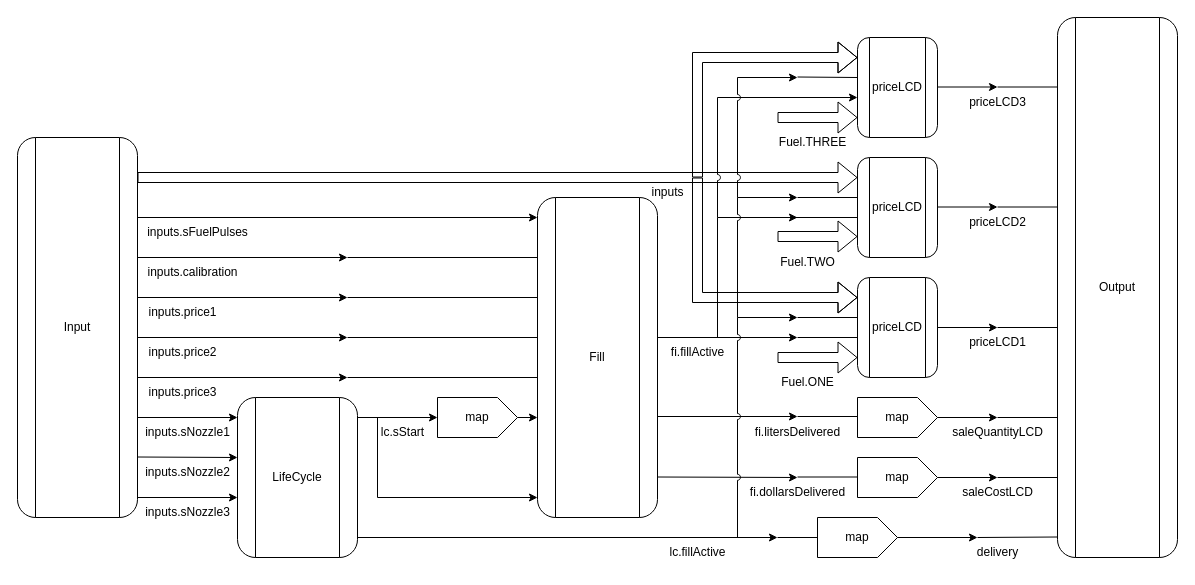
Above: page "ShowDollarsPump" (1 of 2) of ShowDollarsPump.drawio in suzuki-taro-29/FRP-chap4-diagrams (draw.io), before the change. Source tidied: cells renumbered, new cells numbered last; positions are measured from the earlier drawing's top-left corner, leaving out a move shared by most shapes. Both pictures are drawn from the tidied source at 100%, with x=0, y=0 at pixel (17, 17).
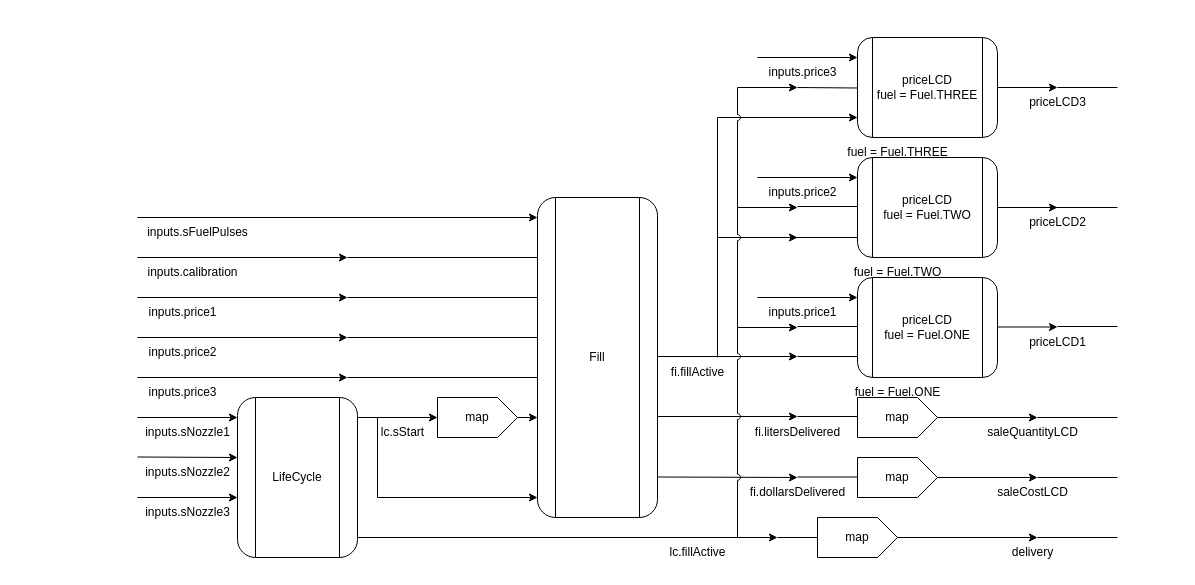
The same diagram, later.

Commit message (it also covers changes not shown here):
fix: remove Input and Output from diagram

Change to the diagram source:
```diff
@@
-    <mxCell id="2" style="shape=flexArrow;endArrow=classic;html=1;" parent="1" edge="1">
-      <mxGeometry relative="1" as="geometry">
-        <mxPoint x="120" y="160" as="sourcePoint" />
-        <mxPoint x="840" y="160" as="targetPoint" />
-      </mxGeometry>
-    </mxCell>
+    <mxCell id="5" style="endArrow=classic;html=1;rounded=0;jumpStyle=arc;" parent="1" edge="1">
+      <mxGeometry relative="1" as="geometry">
+        <mxPoint x="640" y="339" as="sourcePoint" />
+        <mxPoint x="780" y="339" as="targetPoint" />
+      </mxGeometry>
+    </mxCell>
     <mxCell id="3" style="endArrow=classic;html=1;rounded=0;jumpStyle=arc;" parent="1" edge="1">
       <mxGeometry relative="1" as="geometry">
-        <mxPoint x="700" y="200" as="sourcePoint" />
-        <mxPoint x="840" y="80" as="targetPoint" />
+        <mxPoint x="700" y="220" as="sourcePoint" />
+        <mxPoint x="840" y="100" as="targetPoint" />
         <Array as="points">
-          <mxPoint x="700" y="80" />
+          <mxPoint x="700" y="100" />
         </Array>
       </mxGeometry>
     </mxCell>
     <mxCell id="4" style="endArrow=classic;html=1;rounded=0;jumpStyle=arc;" parent="1" edge="1">
       <mxGeometry relative="1" as="geometry">
-        <mxPoint x="700" y="320" as="sourcePoint" />
-        <mxPoint x="780" y="200" as="targetPoint" />
+        <mxPoint x="700" y="340" as="sourcePoint" />
+        <mxPoint x="780" y="220" as="targetPoint" />
         <Array as="points">
-          <mxPoint x="700" y="200" />
+          <mxPoint x="700" y="220" />
         </Array>
       </mxGeometry>
     </mxCell>
-    <mxCell id="5" style="endArrow=classic;html=1;rounded=0;jumpStyle=arc;" parent="1" edge="1">
-      <mxGeometry relative="1" as="geometry">
-        <mxPoint x="640" y="320" as="sourcePoint" />
-        <mxPoint x="780" y="320" as="targetPoint" />
-      </mxGeometry>
-    </mxCell>
-    <mxCell id="6" value="Input" style="shape=process;whiteSpace=wrap;html=1;backgroundOutline=1;rounded=1;" parent="1" vertex="1">
-      <mxGeometry y="120" width="120" height="380" as="geometry" />
-    </mxCell>
-    <mxCell id="7" value="Output" style="shape=process;whiteSpace=wrap;html=1;backgroundOutline=1;rounded=1;" parent="1" vertex="1">
-      <mxGeometry x="1040" width="120" height="540" as="geometry" />
-    </mxCell>
@@
     <mxCell id="38" style="endArrow=classic;html=1;rounded=0;" parent="1" edge="1">
       <mxGeometry relative="1" as="geometry">
         <mxPoint x="880" y="520" as="sourcePoint" />
-        <mxPoint x="960" y="520" as="targetPoint" />
+        <mxPoint x="1020" y="520" as="targetPoint" />
       </mxGeometry>
     </mxCell>
     <mxCell id="39" style="endArrow=none;html=1;rounded=0;" parent="1" edge="1">
       <mxGeometry relative="1" as="geometry">
-        <mxPoint x="960" y="520" as="sourcePoint" />
-        <mxPoint x="1040" y="519.5" as="targetPoint" />
+        <mxPoint x="1020" y="520" as="sourcePoint" />
+        <mxPoint x="1100" y="520" as="targetPoint" />
       </mxGeometry>
     </mxCell>
     <mxCell id="40" value="delivery" style="text;html=1;align=center;verticalAlign=middle;strokeColor=none;fillColor=none;" parent="1" vertex="1">
-      <mxGeometry x="950" y="520" width="60" height="30" as="geometry" />
+      <mxGeometry x="985" y="520" width="60" height="30" as="geometry" />
     </mxCell>
@@
-    <mxCell id="49" value="priceLCD" style="shape=process;whiteSpace=wrap;html=1;backgroundOutline=1;rounded=1;" parent="1" vertex="1">
-      <mxGeometry x="840" y="260" width="80" height="100" as="geometry" />
+    <mxCell id="49" value="priceLCD&lt;br&gt;fuel = Fuel.ONE" style="shape=process;whiteSpace=wrap;html=1;backgroundOutline=1;rounded=1;" parent="1" vertex="1">
+      <mxGeometry x="840" y="260" width="140" height="100" as="geometry" />
     </mxCell>
     <mxCell id="50" style="endArrow=none;html=1;rounded=0;jumpStyle=arc;" parent="1" edge="1">
       <mxGeometry relative="1" as="geometry">
-        <mxPoint x="780" y="320" as="sourcePoint" />
-        <mxPoint x="840" y="320" as="targetPoint" />
+        <mxPoint x="780" y="339" as="sourcePoint" />
+        <mxPoint x="840" y="339" as="targetPoint" />
       </mxGeometry>
     </mxCell>
     <mxCell id="51" value="fi.fillActive" style="text;html=1;align=center;verticalAlign=middle;strokeColor=none;fillColor=none;" parent="1" vertex="1">
-      <mxGeometry x="640" y="320" width="80" height="30" as="geometry" />
+      <mxGeometry x="640" y="340" width="80" height="30" as="geometry" />
     </mxCell>
-    <mxCell id="52" value="Fuel.ONE" style="text;html=1;align=center;verticalAlign=middle;strokeColor=none;fillColor=none;" parent="1" vertex="1">
-      <mxGeometry x="750" y="350" width="80" height="30" as="geometry" />
-    </mxCell>
-    <mxCell id="53" value="priceLCD" style="shape=process;whiteSpace=wrap;html=1;backgroundOutline=1;rounded=1;" parent="1" vertex="1">
-      <mxGeometry x="840" y="140" width="80" height="100" as="geometry" />
+    <mxCell id="53" value="priceLCD&lt;br&gt;fuel = Fuel.TWO" style="shape=process;whiteSpace=wrap;html=1;backgroundOutline=1;rounded=1;" parent="1" vertex="1">
+      <mxGeometry x="840" y="140" width="140" height="100" as="geometry" />
     </mxCell>
-    <mxCell id="54" value="priceLCD" style="shape=process;whiteSpace=wrap;html=1;backgroundOutline=1;rounded=1;" parent="1" vertex="1">
-      <mxGeometry x="840" y="20" width="80" height="100" as="geometry" />
+    <mxCell id="54" value="priceLCD&lt;br&gt;fuel = Fuel.THREE" style="shape=process;whiteSpace=wrap;html=1;backgroundOutline=1;rounded=1;" parent="1" vertex="1">
+      <mxGeometry x="840" y="20" width="140" height="100" as="geometry" />
     </mxCell>
@@
-    <mxCell id="56" value="Fuel.TWO" style="text;html=1;align=center;verticalAlign=middle;strokeColor=none;fillColor=none;" parent="1" vertex="1">
-      <mxGeometry x="750" y="230" width="80" height="30" as="geometry" />
-    </mxCell>
     <mxCell id="57" style="endArrow=classic;html=1;rounded=0;jumpStyle=arc;" parent="1" edge="1">
       <mxGeometry relative="1" as="geometry">
         <mxPoint x="720" y="520" as="sourcePoint" />
-        <mxPoint x="780" y="300" as="targetPoint" />
+        <mxPoint x="780" y="310" as="targetPoint" />
         <Array as="points">
-          <mxPoint x="720" y="300" />
+          <mxPoint x="720" y="310" />
         </Array>
       </mxGeometry>
     </mxCell>
     <mxCell id="58" style="endArrow=none;html=1;rounded=0;jumpStyle=arc;" parent="1" edge="1">
       <mxGeometry relative="1" as="geometry">
-        <mxPoint x="780" y="300" as="sourcePoint" />
-        <mxPoint x="840" y="300" as="targetPoint" />
+        <mxPoint x="780" y="309" as="sourcePoint" />
+        <mxPoint x="840" y="309" as="targetPoint" />
       </mxGeometry>
     </mxCell>
     <mxCell id="59" style="endArrow=classic;html=1;rounded=0;jumpStyle=arc;" parent="1" edge="1">
       <mxGeometry relative="1" as="geometry">
-        <mxPoint x="720" y="300" as="sourcePoint" />
-        <mxPoint x="780" y="180" as="targetPoint" />
+        <mxPoint x="720" y="310" as="sourcePoint" />
+        <mxPoint x="780" y="190" as="targetPoint" />
         <Array as="points">
-          <mxPoint x="720" y="180" />
+          <mxPoint x="720" y="190" />
         </Array>
       </mxGeometry>
     </mxCell>
     <mxCell id="60" style="endArrow=none;html=1;rounded=0;jumpStyle=arc;" parent="1" edge="1">
       <mxGeometry relative="1" as="geometry">
-        <mxPoint x="775" y="200" as="sourcePoint" />
-        <mxPoint x="840" y="200" as="targetPoint" />
+        <mxPoint x="775" y="220" as="sourcePoint" />
+        <mxPoint x="840" y="220" as="targetPoint" />
       </mxGeometry>
     </mxCell>
     <mxCell id="61" style="endArrow=classic;html=1;rounded=0;jumpStyle=arc;" parent="1" edge="1">
       <mxGeometry relative="1" as="geometry">
-        <mxPoint x="720" y="180" as="sourcePoint" />
-        <mxPoint x="780" y="60" as="targetPoint" />
+        <mxPoint x="720" y="190" as="sourcePoint" />
+        <mxPoint x="780" y="70" as="targetPoint" />
         <Array as="points">
-          <mxPoint x="720" y="60" />
+          <mxPoint x="720" y="70" />
         </Array>
       </mxGeometry>
     </mxCell>
     <mxCell id="62" style="endArrow=none;html=1;rounded=0;jumpStyle=arc;" parent="1" edge="1">
       <mxGeometry relative="1" as="geometry">
-        <mxPoint x="780" y="59.5" as="sourcePoint" />
-        <mxPoint x="840" y="60" as="targetPoint" />
+        <mxPoint x="780" y="70" as="sourcePoint" />
+        <mxPoint x="840" y="70.5" as="targetPoint" />
       </mxGeometry>
     </mxCell>
-    <mxCell id="63" value="Fuel.THREE" style="text;html=1;align=center;verticalAlign=middle;strokeColor=none;fillColor=none;" parent="1" vertex="1">
-      <mxGeometry x="750" y="110" width="90" height="30" as="geometry" />
-    </mxCell>
     <mxCell id="64" style="endArrow=classic;html=1;rounded=0;jumpStyle=arc;" parent="1" edge="1">
       <mxGeometry relative="1" as="geometry">
         <mxPoint x="920" y="460" as="sourcePoint" />
-        <mxPoint x="980" y="460" as="targetPoint" />
+        <mxPoint x="1020" y="460" as="targetPoint" />
       </mxGeometry>
     </mxCell>
     <mxCell id="65" style="endArrow=classic;html=1;rounded=0;jumpStyle=arc;" parent="1" edge="1">
       <mxGeometry relative="1" as="geometry">
         <mxPoint x="920" y="400" as="sourcePoint" />
-        <mxPoint x="980" y="400" as="targetPoint" />
+        <mxPoint x="1020" y="400" as="targetPoint" />
       </mxGeometry>
     </mxCell>
     <mxCell id="66" style="endArrow=none;html=1;rounded=0;jumpStyle=arc;" parent="1" edge="1">
       <mxGeometry relative="1" as="geometry">
-        <mxPoint x="980" y="400" as="sourcePoint" />
-        <mxPoint x="1040" y="400" as="targetPoint" />
+        <mxPoint x="1020" y="400" as="sourcePoint" />
+        <mxPoint x="1100" y="400" as="targetPoint" />
       </mxGeometry>
     </mxCell>
     <mxCell id="67" style="endArrow=none;html=1;rounded=0;jumpStyle=arc;" parent="1" edge="1">
       <mxGeometry relative="1" as="geometry">
-        <mxPoint x="980" y="460" as="sourcePoint" />
-        <mxPoint x="1040" y="460" as="targetPoint" />
+        <mxPoint x="1020" y="460" as="sourcePoint" />
+        <mxPoint x="1100" y="460" as="targetPoint" />
       </mxGeometry>
     </mxCell>
     <mxCell id="68" value="saleCostLCD" style="text;html=1;align=center;verticalAlign=middle;strokeColor=none;fillColor=none;" parent="1" vertex="1">
-      <mxGeometry x="935" y="460" width="90" height="30" as="geometry" />
+      <mxGeometry x="970" y="460" width="90" height="30" as="geometry" />
     </mxCell>
     <mxCell id="69" value="saleQuantityLCD" style="text;html=1;align=center;verticalAlign=middle;strokeColor=none;fillColor=none;" parent="1" vertex="1">
-      <mxGeometry x="925" y="400" width="110" height="30" as="geometry" />
+      <mxGeometry x="960" y="400" width="110" height="30" as="geometry" />
     </mxCell>
     <mxCell id="70" style="endArrow=classic;html=1;rounded=0;jumpStyle=arc;" parent="1" edge="1">
       <mxGeometry relative="1" as="geometry">
-        <mxPoint x="920" y="310" as="sourcePoint" />
-        <mxPoint x="980" y="310" as="targetPoint" />
+        <mxPoint x="980" y="309.5" as="sourcePoint" />
+        <mxPoint x="1040" y="309.5" as="targetPoint" />
       </mxGeometry>
     </mxCell>
     <mxCell id="71" style="endArrow=none;html=1;rounded=0;jumpStyle=arc;" parent="1" edge="1">
       <mxGeometry relative="1" as="geometry">
-        <mxPoint x="980" y="310" as="sourcePoint" />
-        <mxPoint x="1040" y="310" as="targetPoint" />
+        <mxPoint x="1040" y="309" as="sourcePoint" />
+        <mxPoint x="1100" y="309" as="targetPoint" />
       </mxGeometry>
     </mxCell>
     <mxCell id="72" style="endArrow=classic;html=1;rounded=0;jumpStyle=arc;" parent="1" edge="1">
       <mxGeometry relative="1" as="geometry">
-        <mxPoint x="920" y="189.5" as="sourcePoint" />
-        <mxPoint x="980" y="189.5" as="targetPoint" />
+        <mxPoint x="980" y="190" as="sourcePoint" />
+        <mxPoint x="1040" y="190" as="targetPoint" />
       </mxGeometry>
     </mxCell>
     <mxCell id="73" style="endArrow=none;html=1;rounded=0;jumpStyle=arc;" parent="1" edge="1">
       <mxGeometry relative="1" as="geometry">
-        <mxPoint x="980" y="189.5" as="sourcePoint" />
-        <mxPoint x="1040" y="189.5" as="targetPoint" />
+        <mxPoint x="1035" y="190" as="sourcePoint" />
+        <mxPoint x="1100" y="190" as="targetPoint" />
       </mxGeometry>
     </mxCell>
     <mxCell id="74" style="endArrow=classic;html=1;rounded=0;jumpStyle=arc;" parent="1" edge="1">
       <mxGeometry relative="1" as="geometry">
-        <mxPoint x="920" y="69.5" as="sourcePoint" />
-        <mxPoint x="980" y="69.5" as="targetPoint" />
+        <mxPoint x="980" y="70" as="sourcePoint" />
+        <mxPoint x="1040" y="70" as="targetPoint" />
       </mxGeometry>
     </mxCell>
     <mxCell id="75" style="endArrow=none;html=1;rounded=0;jumpStyle=arc;" parent="1" edge="1">
       <mxGeometry relative="1" as="geometry">
-        <mxPoint x="980" y="69.5" as="sourcePoint" />
-        <mxPoint x="1040" y="69.5" as="targetPoint" />
+        <mxPoint x="1040" y="70" as="sourcePoint" />
+        <mxPoint x="1100" y="70" as="targetPoint" />
       </mxGeometry>
     </mxCell>
     <mxCell id="76" value="priceLCD1" style="text;html=1;align=center;verticalAlign=middle;strokeColor=none;fillColor=none;" parent="1" vertex="1">
-      <mxGeometry x="940" y="310" width="80" height="30" as="geometry" />
+      <mxGeometry x="1000" y="310" width="80" height="30" as="geometry" />
     </mxCell>
     <mxCell id="77" value="priceLCD2" style="text;html=1;align=center;verticalAlign=middle;strokeColor=none;fillColor=none;" parent="1" vertex="1">
-      <mxGeometry x="940" y="190" width="80" height="30" as="geometry" />
+      <mxGeometry x="1000" y="190" width="80" height="30" as="geometry" />
     </mxCell>
     <mxCell id="78" value="priceLCD3" style="text;html=1;align=center;verticalAlign=middle;strokeColor=none;fillColor=none;" parent="1" vertex="1">
-      <mxGeometry x="940" y="70" width="80" height="30" as="geometry" />
+      <mxGeometry x="1000" y="70" width="80" height="30" as="geometry" />
     </mxCell>
     <mxCell id="79" style="endArrow=none;html=1;rounded=0;jumpStyle=arc;" parent="1" edge="1">
       <mxGeometry relative="1" as="geometry">
-        <mxPoint x="780" y="180" as="sourcePoint" />
-        <mxPoint x="840" y="180" as="targetPoint" />
+        <mxPoint x="780" y="189" as="sourcePoint" />
+        <mxPoint x="840" y="189" as="targetPoint" />
       </mxGeometry>
     </mxCell>
-    <mxCell id="80" value="inputs" style="text;html=1;align=center;verticalAlign=middle;strokeColor=none;fillColor=none;" parent="1" vertex="1">
-      <mxGeometry x="620" y="160" width="60" height="30" as="geometry" />
-    </mxCell>
-    <mxCell id="81" style="shape=flexArrow;endArrow=classic;html=1;rounded=0;" parent="1" edge="1">
-      <mxGeometry relative="1" as="geometry">
-        <mxPoint x="680" y="160" as="sourcePoint" />
-        <mxPoint x="840" y="40" as="targetPoint" />
-        <Array as="points">
-          <mxPoint x="680" y="40" />
-        </Array>
-      </mxGeometry>
-    </mxCell>
-    <mxCell id="82" style="shape=flexArrow;endArrow=classic;html=1;rounded=0;" parent="1" edge="1">
-      <mxGeometry relative="1" as="geometry">
-        <mxPoint x="680" y="160" as="sourcePoint" />
-        <mxPoint x="840" y="280" as="targetPoint" />
-        <Array as="points">
-          <mxPoint x="680" y="280" />
-        </Array>
-      </mxGeometry>
-    </mxCell>
-    <mxCell id="83" style="shape=flexArrow;endArrow=classic;html=1;" parent="1" edge="1">
-      <mxGeometry relative="1" as="geometry">
-        <mxPoint x="760" y="100" as="sourcePoint" />
-        <mxPoint x="840" y="100" as="targetPoint" />
-      </mxGeometry>
-    </mxCell>
-    <mxCell id="84" style="shape=flexArrow;endArrow=classic;html=1;" parent="1" edge="1">
-      <mxGeometry relative="1" as="geometry">
-        <mxPoint x="760" y="219" as="sourcePoint" />
-        <mxPoint x="840" y="219" as="targetPoint" />
-      </mxGeometry>
-    </mxCell>
-    <mxCell id="85" style="shape=flexArrow;endArrow=classic;html=1;" parent="1" edge="1">
-      <mxGeometry relative="1" as="geometry">
-        <mxPoint x="760" y="340" as="sourcePoint" />
-        <mxPoint x="840" y="340" as="targetPoint" />
-      </mxGeometry>
-    </mxCell>
+    <mxCell id="86" value="fuel = Fuel.THREE" style="text;html=1;align=center;verticalAlign=middle;strokeColor=none;fillColor=none;" parent="1" vertex="1">
+      <mxGeometry x="820" y="120" width="120" height="30" as="geometry" />
+    </mxCell>
+    <mxCell id="87" value="fuel = Fuel.TWO" style="text;html=1;align=center;verticalAlign=middle;strokeColor=none;fillColor=none;" parent="1" vertex="1">
+      <mxGeometry x="825" y="240" width="110" height="30" as="geometry" />
+    </mxCell>
+    <mxCell id="88" style="endArrow=classic;html=1;rounded=0;" parent="1" edge="1">
+      <mxGeometry relative="1" as="geometry">
+        <mxPoint x="740" y="40" as="sourcePoint" />
+        <mxPoint x="840" y="40" as="targetPoint" />
+      </mxGeometry>
+    </mxCell>
+    <mxCell id="89" value="inputs.price3" style="text;html=1;align=center;verticalAlign=middle;strokeColor=none;fillColor=none;" parent="1" vertex="1">
+      <mxGeometry x="740" y="40" width="90" height="30" as="geometry" />
+    </mxCell>
+    <mxCell id="90" style="endArrow=classic;html=1;rounded=0;" parent="1" edge="1">
+      <mxGeometry relative="1" as="geometry">
+        <mxPoint x="740" y="160" as="sourcePoint" />
+        <mxPoint x="840" y="160" as="targetPoint" />
+      </mxGeometry>
+    </mxCell>
+    <mxCell id="91" value="inputs.price2" style="text;html=1;align=center;verticalAlign=middle;strokeColor=none;fillColor=none;" parent="1" vertex="1">
+      <mxGeometry x="740" y="160" width="90" height="30" as="geometry" />
+    </mxCell>
+    <mxCell id="92" value="inputs.price1" style="text;html=1;align=center;verticalAlign=middle;strokeColor=none;fillColor=none;" parent="1" vertex="1">
+      <mxGeometry x="740" y="280" width="90" height="30" as="geometry" />
+    </mxCell>
+    <mxCell id="93" style="endArrow=classic;html=1;rounded=0;" parent="1" edge="1">
+      <mxGeometry relative="1" as="geometry">
+        <mxPoint x="740" y="280" as="sourcePoint" />
+        <mxPoint x="840" y="280" as="targetPoint" />
+      </mxGeometry>
+    </mxCell>
+    <mxCell id="94" value="fuel = Fuel.ONE" style="text;html=1;align=center;verticalAlign=middle;strokeColor=none;fillColor=none;" parent="1" vertex="1">
+      <mxGeometry x="825" y="360" width="110" height="30" as="geometry" />
+    </mxCell>
```
